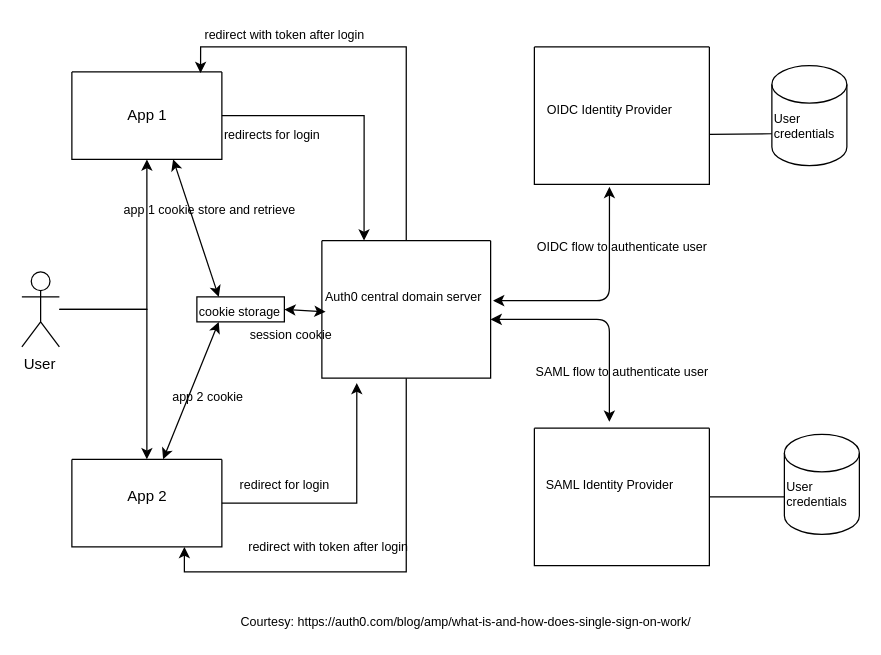
pratik-acx/mutli-protocol-sso keeps this draw.io diagram as Auth0_SSO.drawio. Above is the earlier version. Source tidied: cells renumbered, new cells numbered last; positions are measured from the earlier drawing's top-left corner, leaving out a move shared by most shapes. Both pictures are drawn from the tidied source at 125%, with x=0, y=0 at pixel (21, 21).
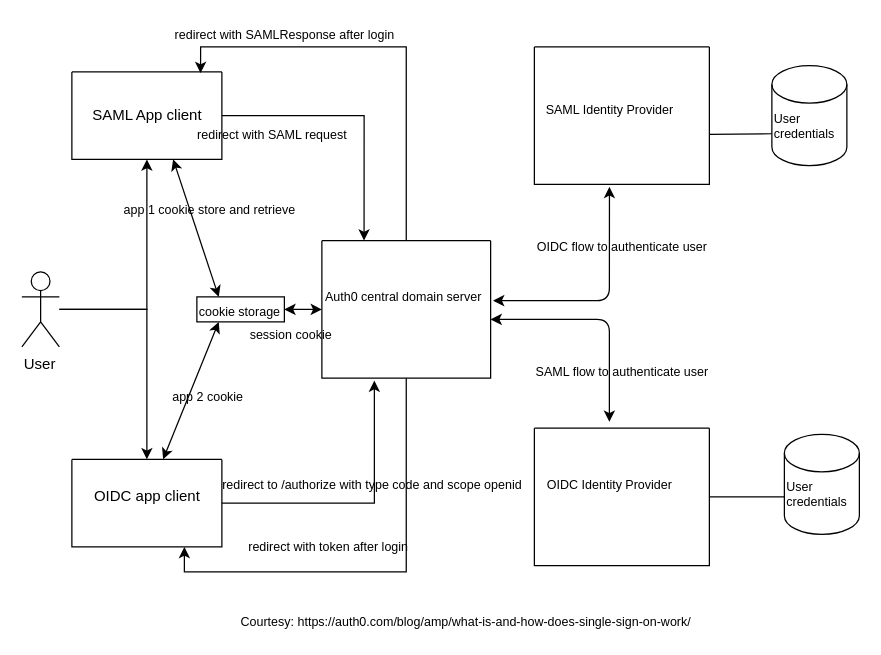
After the change.

The change refers to these unchanged cells:
```xml
<mxCell id="6" style="swimlane;startSize=0;align=left;verticalAlign=top;html=1;" parent="1" vertex="1">
  <mxGeometry x="40" y="40" width="120" height="70" as="geometry" />
</mxCell>
<mxCell id="9" style="swimlane;startSize=0;align=left;verticalAlign=top;html=1;" parent="1" vertex="1">
  <mxGeometry x="40" y="350" width="120" height="70" as="geometry" />
</mxCell>
<mxCell id="13" style="swimlane;startSize=0;align=left;verticalAlign=top;html=1;" parent="1" vertex="1">
  <mxGeometry x="240" y="175" width="135" height="110" as="geometry" />
</mxCell>
<mxCell id="14" value="Auth0 central domain server" style="text;html=1;align=center;verticalAlign=middle;points=[];strokeColor=none;fontSize=10;" parent="13" vertex="1">
  <mxGeometry x="-5" y="35" width="140" height="20" as="geometry" />
</mxCell>
<mxCell id="31" value="&lt;font size=&quot;1&quot;&gt;cookie storage&lt;/font&gt;" style="rounded=0;whiteSpace=wrap;html=1;fontSize=10;align=left;verticalAlign=top;" parent="1" vertex="1">
  <mxGeometry x="140" y="220" width="70" height="20" as="geometry" />
</mxCell>
```

Change to the diagram source:
```diff
@@
-    <mxCell id="7" value="App 1" style="text;html=1;align=center;verticalAlign=middle;strokeColor=none;" parent="6" vertex="1">
-      <mxGeometry x="35" y="25" width="50" height="20" as="geometry" />
+    <mxCell id="7" value="SAML App client" style="text;html=1;align=center;verticalAlign=middle;strokeColor=none;" parent="6" vertex="1">
+      <mxGeometry x="10" y="25" width="100" height="20" as="geometry" />
     </mxCell>
-    <mxCell id="8" style="edgeStyle=orthogonalEdgeStyle;rounded=0;jettySize=auto;html=1;entryX=0.207;entryY=1.036;entryDx=0;entryDy=0;entryPerimeter=0;fontSize=10;" parent="1" edge="1" source="9" target="13">
+    <mxCell id="8" style="edgeStyle=orthogonalEdgeStyle;rounded=0;jettySize=auto;html=1;exitX=1;exitY=0.5;exitDx=0;exitDy=0;entryX=0.311;entryY=1.018;entryDx=0;entryDy=0;entryPerimeter=0;" parent="1" edge="1" source="9" target="13">
       <mxGeometry relative="1" as="geometry" />
     </mxCell>
@@
-    <mxCell id="10" value="App 2" style="text;html=1;align=center;verticalAlign=middle;strokeColor=none;" parent="1" vertex="1">
-      <mxGeometry x="75" y="370" width="50" height="20" as="geometry" />
+    <mxCell id="10" value="OIDC app client" style="text;html=1;align=center;verticalAlign=middle;strokeColor=none;" parent="1" vertex="1">
+      <mxGeometry x="50" y="370" width="100" height="20" as="geometry" />
     </mxCell>
@@
-    <mxCell id="15" value="redirects for login" style="text;html=1;align=center;verticalAlign=middle;strokeColor=none;fontSize=10;" parent="1" vertex="1">
-      <mxGeometry x="155" y="80" width="90" height="20" as="geometry" />
+    <mxCell id="15" value="redirect with SAML request" style="text;html=1;align=center;verticalAlign=middle;strokeColor=none;fontSize=10;" parent="1" vertex="1">
+      <mxGeometry x="130" y="80" width="140" height="20" as="geometry" />
     </mxCell>
-    <mxCell id="16" value="redirect with token after login" style="text;html=1;align=center;verticalAlign=middle;strokeColor=none;fontSize=10;" parent="1" vertex="1">
-      <mxGeometry x="140" width="140" height="20" as="geometry" />
+    <mxCell id="16" value="redirect with SAMLResponse after login" style="text;html=1;align=center;verticalAlign=middle;strokeColor=none;fontSize=10;" parent="1" vertex="1">
+      <mxGeometry x="115" width="190" height="20" as="geometry" />
     </mxCell>
-    <mxCell id="17" value="redirect for login" style="text;html=1;align=center;verticalAlign=middle;strokeColor=none;fontSize=10;" parent="1" vertex="1">
-      <mxGeometry x="165" y="360" width="90" height="20" as="geometry" />
-    </mxCell>
@@
-    <mxCell id="20" value="OIDC Identity Provider" style="text;html=1;align=center;verticalAlign=middle;strokeColor=none;fontSize=10;" parent="1" vertex="1">
+    <mxCell id="20" value="SAML Identity Provider" style="text;html=1;align=center;verticalAlign=middle;strokeColor=none;fontSize=10;" parent="1" vertex="1">
       <mxGeometry x="410" y="60" width="120" height="20" as="geometry" />
     </mxCell>
@@
-    <mxCell id="23" value="SAML Identity Provider" style="text;html=1;align=center;verticalAlign=middle;strokeColor=none;fontSize=10;" parent="1" vertex="1">
+    <mxCell id="23" value="OIDC Identity Provider" style="text;html=1;align=center;verticalAlign=middle;strokeColor=none;fontSize=10;" parent="1" vertex="1">
       <mxGeometry x="410" y="360" width="120" height="20" as="geometry" />
     </mxCell>
@@
-    <mxCell id="32" style="endArrow=classic;startArrow=classic;html=1;fontSize=10;entryX=0.057;entryY=1.1;entryDx=0;entryDy=0;entryPerimeter=0;exitX=1;exitY=0.5;exitDx=0;exitDy=0;" parent="1" edge="1" source="31" target="14">
-      <mxGeometry relative="1" as="geometry" />
+    <mxCell id="32" style="endArrow=classic;startArrow=classic;html=1;fontSize=10;exitX=1;exitY=0.5;exitDx=0;exitDy=0;" parent="1" edge="1" source="31">
+      <mxGeometry relative="1" as="geometry">
+        <mxPoint x="240" y="230" as="targetPoint" />
+      </mxGeometry>
     </mxCell>
@@
+    <mxCell id="17" value="redirect to /authorize with type code and scope openid" style="text;html=1;align=center;verticalAlign=middle;strokeColor=none;fontSize=10;" parent="1" vertex="1">
+      <mxGeometry x="150" y="360" width="260" height="20" as="geometry" />
+    </mxCell>
```
